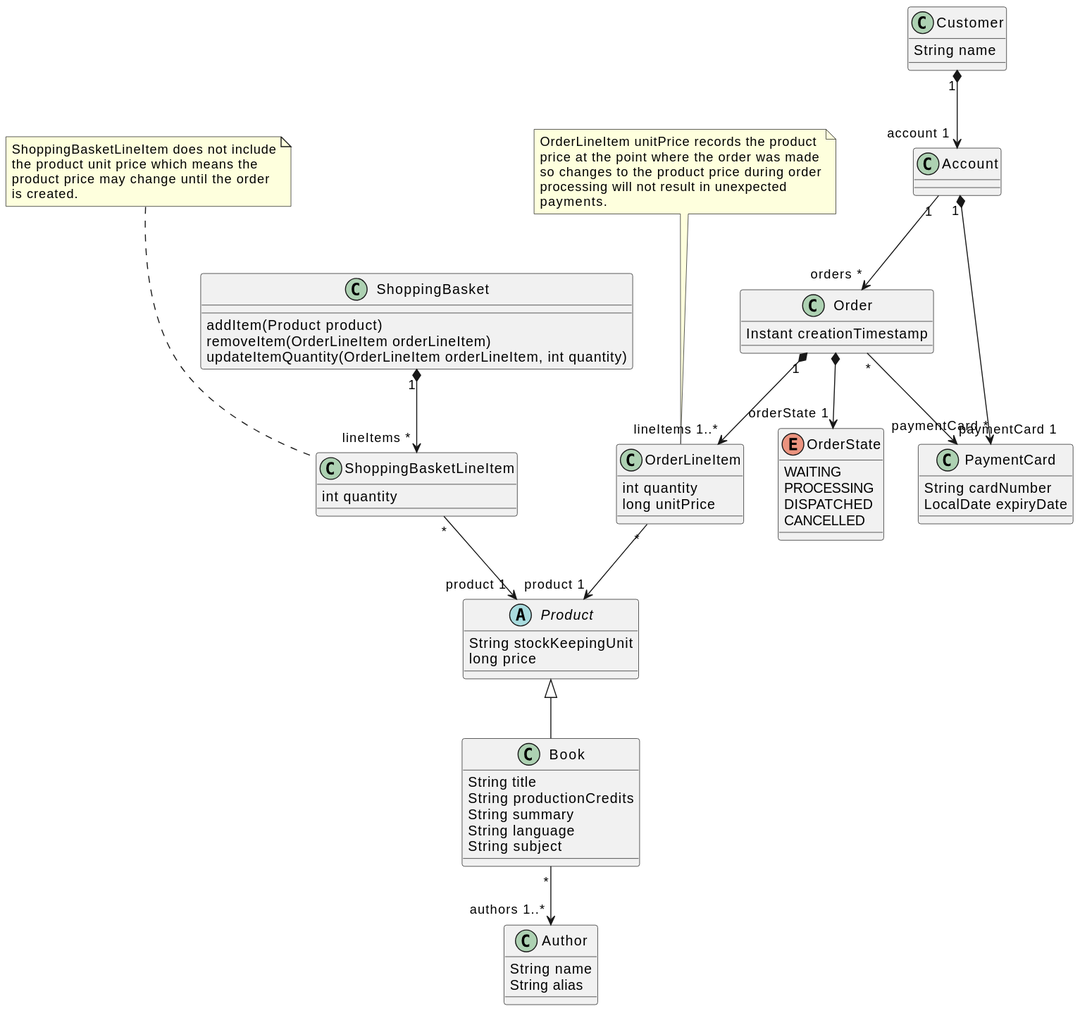
The PlantUML diagram docs/design/out/book_shop_domain_model/book_shop_domain_model.svg in dtmo/bookshop, before a commit.
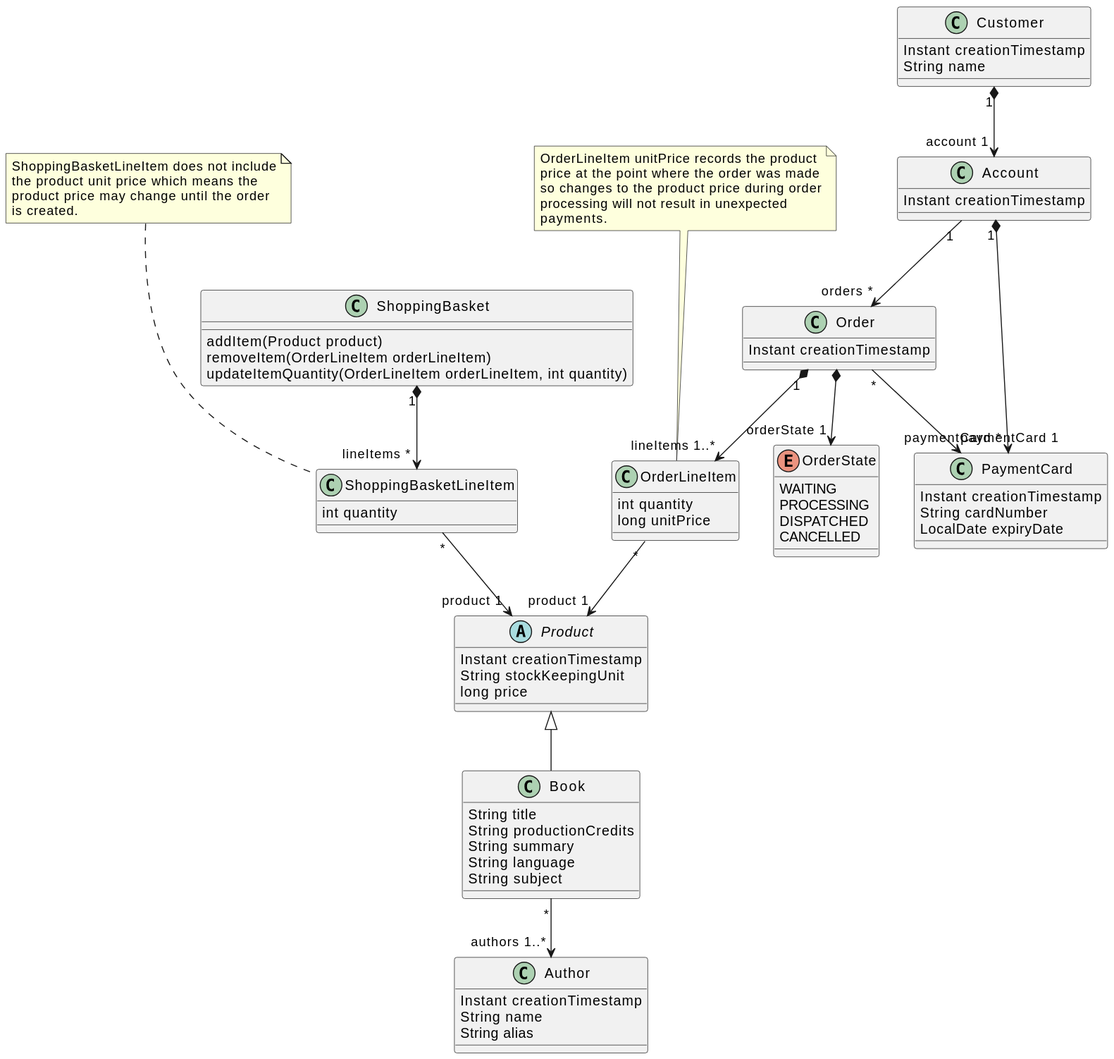
Later version of the same file.

The edit, as a diff of the source:
```diff
@@ -1,10 +1,12 @@
 @startuml
 abstract class Product {
+    Instant creationTimestamp
     String stockKeepingUnit
     long price
 }
 
 class Author {
+    Instant creationTimestamp
     String name
     String alias
 }
@@ -43,6 +45,7 @@
 ShoppingBasket "1" *--> "lineItems *" ShoppingBasketLineItem
 
 class PaymentCard {
+    Instant creationTimestamp
     String cardNumber
     LocalDate expiryDate
 }
@@ -79,12 +82,14 @@
 Order "*" --> "paymentCard 1" PaymentCard
 
 class Account {
+    Instant creationTimestamp
 }
 
 Account "1" --> "orders *" Order
 Account "1" *--> "paymentCard *" PaymentCard
 
 class Customer {
+    Instant creationTimestamp
     String name
 }
 Customer "1" *--> "account 1" Account
```
